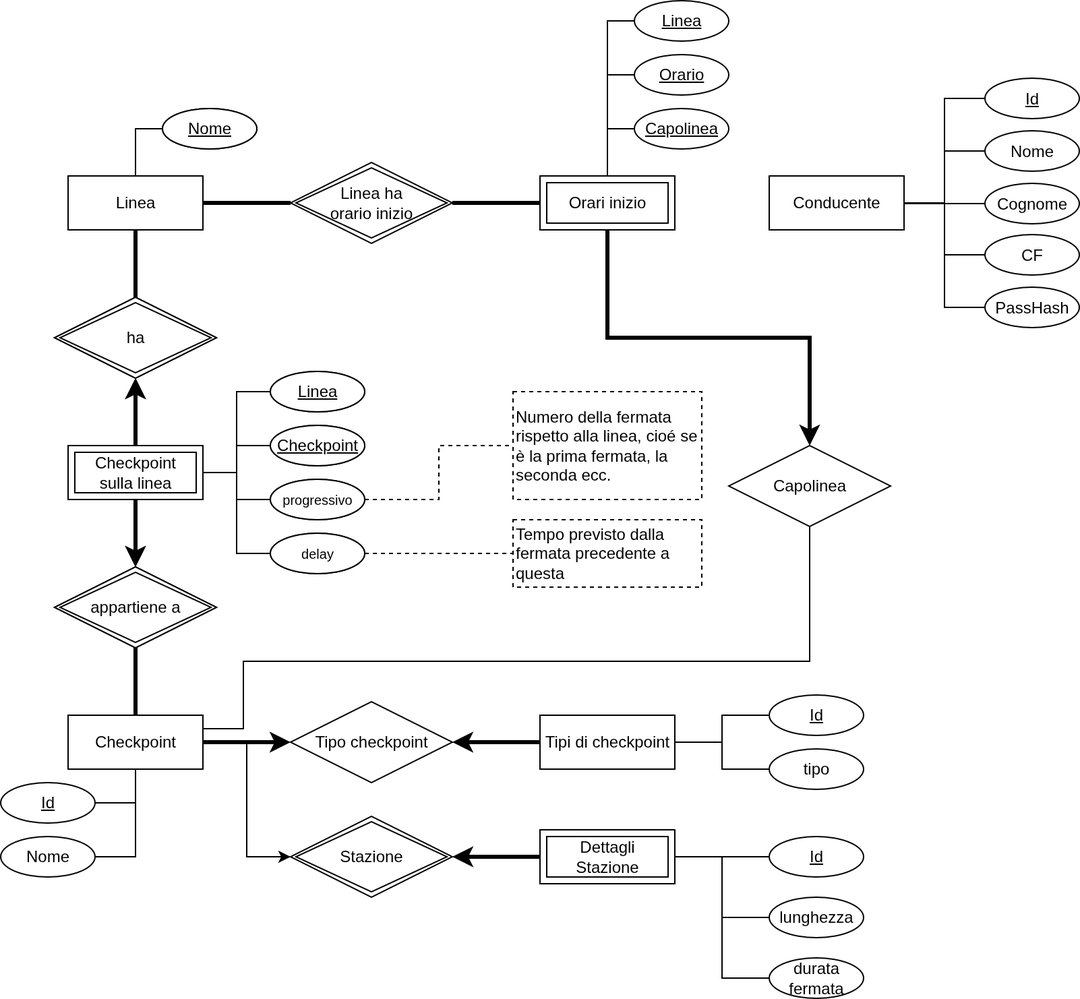
The draw.io diagram docs/models/DB ER.png in IngSW-unipv/Progetto-U25, before a commit. Source tidied: cells renumbered, new cells last; positions are measured from the earlier drawing's top-left corner, leaving out a move shared by most shapes.
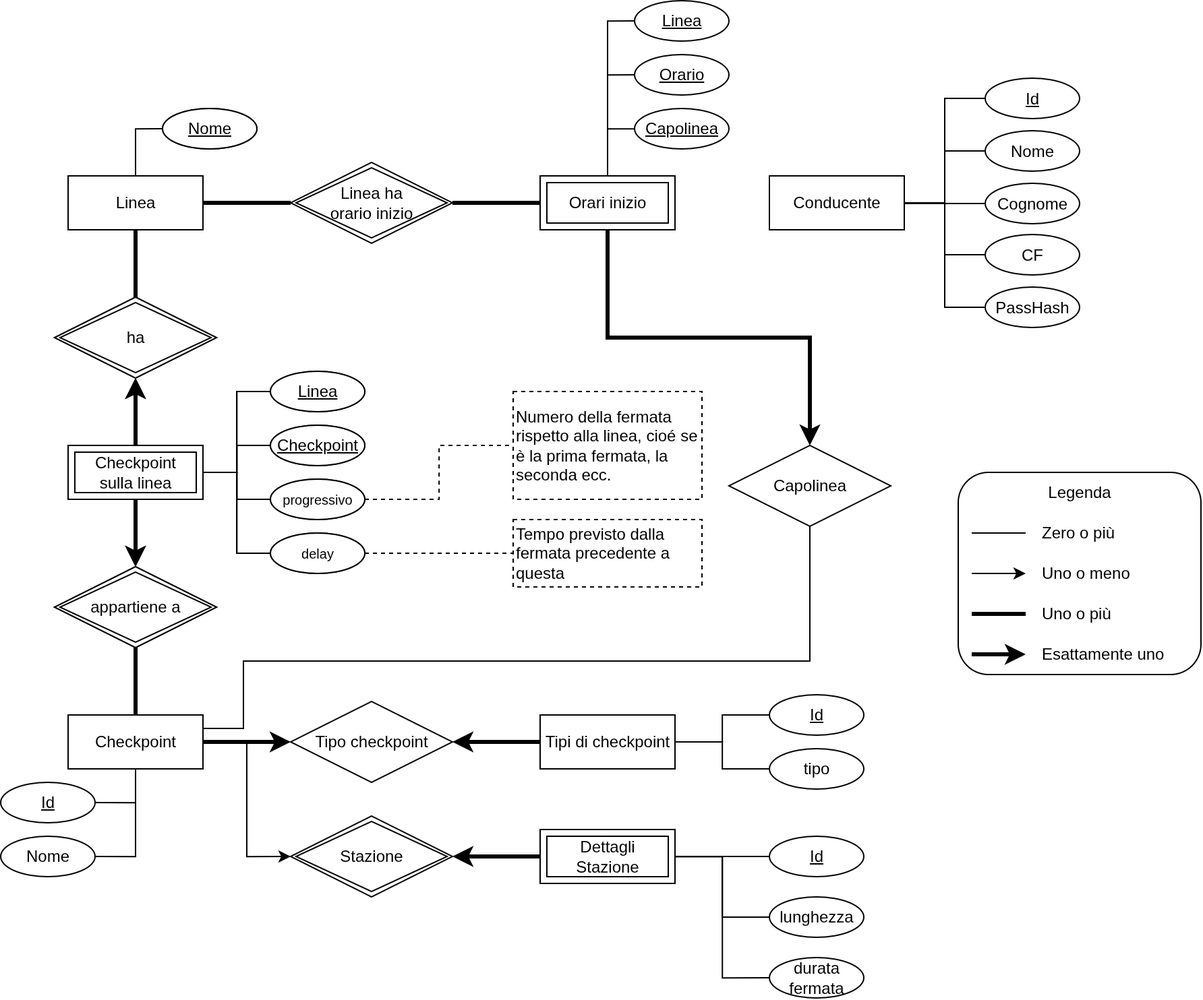
The same file after the commit.

The edit, as a diff of the source:
```diff
@@ -281,5 +281,53 @@
     <mxCell id="89" value="Capolinea" style="ellipse;whiteSpace=wrap;html=1;align=center;fontStyle=4;" parent="1" vertex="1">
       <mxGeometry x="470" y="80" width="70" height="30" as="geometry" />
     </mxCell>
+    <mxCell id="90" style="group;" parent="1" vertex="1">
+      <mxGeometry x="720" y="350" width="170" height="150" as="geometry" />
+    </mxCell>
+    <mxCell id="91" style="rounded=1;whiteSpace=wrap;html=1;" parent="90" vertex="1">
+      <mxGeometry x="-10" width="180" height="150" as="geometry" />
+    </mxCell>
+    <mxCell id="92" style="group;" parent="90" vertex="1">
+      <mxGeometry y="30" width="160" height="120" as="geometry" />
+    </mxCell>
+    <mxCell id="93" style="endArrow=classic;html=1;rounded=0;fontSize=12;" parent="92" edge="1">
+      <mxGeometry relative="1" as="geometry">
+        <mxPoint y="45" as="sourcePoint" />
+        <mxPoint x="40" y="45" as="targetPoint" />
+      </mxGeometry>
+    </mxCell>
+    <mxCell id="94" style="endArrow=none;html=1;rounded=0;" parent="92" edge="1">
+      <mxGeometry relative="1" as="geometry">
+        <mxPoint y="15" as="sourcePoint" />
+        <mxPoint x="40" y="15" as="targetPoint" />
+      </mxGeometry>
+    </mxCell>
+    <mxCell id="95" style="endArrow=none;html=1;rounded=0;strokeWidth=3;" parent="92" edge="1">
+      <mxGeometry relative="1" as="geometry">
+        <mxPoint y="75" as="sourcePoint" />
+        <mxPoint x="40" y="75" as="targetPoint" />
+      </mxGeometry>
+    </mxCell>
+    <mxCell id="96" style="endArrow=classic;html=1;rounded=0;fontSize=12;strokeWidth=3;" parent="92" edge="1">
+      <mxGeometry relative="1" as="geometry">
+        <mxPoint y="105" as="sourcePoint" />
+        <mxPoint x="40" y="105" as="targetPoint" />
+      </mxGeometry>
+    </mxCell>
+    <mxCell id="97" value="Zero o più" style="text;html=1;align=left;verticalAlign=middle;whiteSpace=wrap;rounded=0;" parent="92" vertex="1">
+      <mxGeometry x="50" width="110" height="30" as="geometry" />
+    </mxCell>
+    <mxCell id="98" value="Uno o meno" style="text;html=1;align=left;verticalAlign=middle;whiteSpace=wrap;rounded=0;" parent="92" vertex="1">
+      <mxGeometry x="50" y="30" width="110" height="30" as="geometry" />
+    </mxCell>
+    <mxCell id="99" value="Uno o più" style="text;html=1;align=left;verticalAlign=middle;whiteSpace=wrap;rounded=0;" parent="92" vertex="1">
+      <mxGeometry x="50" y="60" width="110" height="30" as="geometry" />
+    </mxCell>
+    <mxCell id="100" value="Esattamente uno" style="text;html=1;align=left;verticalAlign=middle;whiteSpace=wrap;rounded=0;" parent="92" vertex="1">
+      <mxGeometry x="50" y="90" width="110" height="30" as="geometry" />
+    </mxCell>
+    <mxCell id="101" value="Legenda" style="text;html=1;align=center;verticalAlign=middle;whiteSpace=wrap;rounded=0;" parent="90" vertex="1">
+      <mxGeometry width="160" height="30" as="geometry" />
+    </mxCell>
   </root>
 </mxGraphModel>
```
